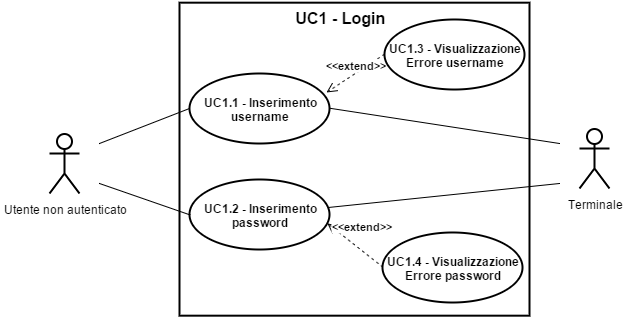
The draw.io diagram img/UseCases/UC1.png in ScalateKids/Actorbase-Documents, before a commit. Source tidied: cells renumbered, new cells last; positions are measured from the earlier drawing's top-left corner, leaving out a move shared by most shapes. Its diagram source:
```xml
<mxGraphModel background="#ffffff">
  <root>
    <mxCell id="0" />
    <mxCell id="1" parent="0" />
    <mxCell id="2" value="Utente non autenticato" style="shape=umlActor;verticalLabelPosition=bottom;labelBackgroundColor=#ffffff;verticalAlign=top;html=1;shadow=0;glass=0;strokeWidth=2;fillColor=#FFFFFF;" parent="1" vertex="1">
      <mxGeometry y="131" width="30" height="60" as="geometry" />
    </mxCell>
    <mxCell id="3" value="&lt;b&gt;UC1.1 - Inserimento username&lt;/b&gt;" style="ellipse;whiteSpace=wrap;html=1;shadow=0;glass=0;strokeWidth=2;fillColor=#FFFFFF;" parent="1" vertex="1">
      <mxGeometry x="140" y="71" width="140" height="70" as="geometry" />
    </mxCell>
    <mxCell id="4" value="&lt;b&gt;UC1.2 - Inserimento password&lt;/b&gt;" style="ellipse;whiteSpace=wrap;html=1;shadow=0;glass=0;strokeWidth=2;fillColor=#FFFFFF;" parent="1" vertex="1">
      <mxGeometry x="140" y="177" width="140" height="70" as="geometry" />
    </mxCell>
    <mxCell id="5" style="endArrow=none;html=1;" parent="1" edge="1">
      <mxGeometry x="562" y="81" as="geometry">
        <mxPoint x="50" y="141" as="sourcePoint" />
        <mxPoint x="140" y="106" as="targetPoint" />
      </mxGeometry>
    </mxCell>
    <mxCell id="6" style="endArrow=none;html=1;entryX=0;entryY=0.5;" parent="1" edge="1" target="4">
      <mxGeometry x="562" y="156" as="geometry">
        <mxPoint x="50" y="181" as="sourcePoint" />
      </mxGeometry>
    </mxCell>
    <mxCell id="7" value="&lt;b&gt;&amp;lt;&amp;lt;extend&amp;gt;&amp;gt;&lt;/b&gt;" style="html=1;verticalAlign=bottom;endArrow=open;dashed=1;endSize=8;entryX=0.982;entryY=0.629;entryPerimeter=0;exitX=0;exitY=0.5;" parent="1" edge="1" source="8" target="4">
      <mxGeometry x="789.9" y="195.9" as="geometry" />
    </mxCell>
    <mxCell id="8" value="&lt;b&gt;UC1.4 - Visualizzazione Errore password&lt;/b&gt;" style="ellipse;whiteSpace=wrap;html=1;shadow=0;glass=0;strokeWidth=2;fillColor=#FFFFFF;" parent="1" vertex="1">
      <mxGeometry x="333" y="230" width="140" height="70" as="geometry" />
    </mxCell>
    <mxCell id="9" value="&lt;b&gt;&amp;lt;&amp;lt;extend&amp;gt;&amp;gt;&lt;/b&gt;" style="html=1;verticalAlign=bottom;endArrow=open;dashed=1;endSize=8;exitX=0;exitY=0.5;" parent="1" edge="1" source="10">
      <mxGeometry x="782.5" y="72" as="geometry">
        <mxPoint x="277" y="90" as="targetPoint" />
      </mxGeometry>
    </mxCell>
    <mxCell id="10" value="&lt;b&gt;UC1.3 - Visualizzazione Errore username&lt;/b&gt;" style="ellipse;whiteSpace=wrap;html=1;shadow=0;glass=0;strokeWidth=2;fillColor=#FFFFFF;" parent="1" vertex="1">
      <mxGeometry x="335" y="17" width="140" height="70" as="geometry" />
    </mxCell>
    <mxCell id="11" style="html=1;shadow=0;glass=0;strokeWidth=2;fillColor=none;" parent="1" vertex="1">
      <mxGeometry x="130" y="0.2" width="350" height="313" as="geometry" />
    </mxCell>
    <mxCell id="12" value="&lt;font style=&quot;font-size: 16px&quot;&gt;&lt;b&gt;UC1 - Login&lt;/b&gt;&lt;/font&gt;" style="text;html=1;strokeColor=none;fillColor=none;align=center;verticalAlign=middle;overflow=hidden;shadow=0;glass=0;" parent="1" vertex="1">
      <mxGeometry x="238" width="106" height="28" as="geometry" />
    </mxCell>
    <mxCell id="13" value="Terminale" style="shape=umlActor;verticalLabelPosition=bottom;labelBackgroundColor=#ffffff;verticalAlign=top;html=1;shadow=0;glass=0;strokeWidth=2;fillColor=none;" parent="1" vertex="1">
      <mxGeometry x="530" y="126" width="30" height="60" as="geometry" />
    </mxCell>
    <mxCell id="14" style="endArrow=none;html=1;strokeWidth=1;exitX=1;exitY=0.5;" parent="1" edge="1" source="3">
      <mxGeometry x="791.6" y="80.6" as="geometry">
        <mxPoint x="510" y="141" as="targetPoint" />
      </mxGeometry>
    </mxCell>
    <mxCell id="15" style="endArrow=none;html=1;strokeWidth=1;" parent="1" edge="1" source="4">
      <mxGeometry x="790.6" y="156" as="geometry">
        <mxPoint x="510" y="181" as="targetPoint" />
      </mxGeometry>
    </mxCell>
  </root>
</mxGraphModel>
```
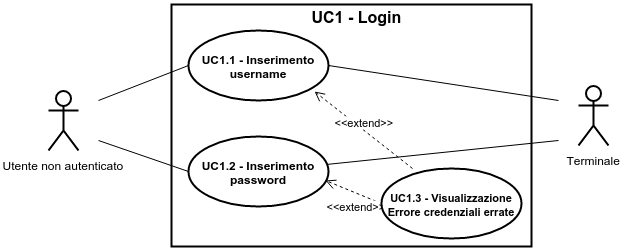
The same file after the commit.

Diff of the diagram source:
```diff
@@ -22,38 +22,36 @@
         <mxPoint x="50" y="181" as="sourcePoint" />
       </mxGeometry>
     </mxCell>
-    <mxCell id="7" value="&lt;b&gt;&amp;lt;&amp;lt;extend&amp;gt;&amp;gt;&lt;/b&gt;" style="html=1;verticalAlign=bottom;endArrow=open;dashed=1;endSize=8;entryX=0.982;entryY=0.629;entryPerimeter=0;exitX=0;exitY=0.5;" parent="1" edge="1" source="8" target="4">
-      <mxGeometry x="789.9" y="195.9" as="geometry" />
+    <mxCell id="7" value="&amp;lt;&amp;lt;extend&amp;gt;&amp;gt;" style="html=1;verticalAlign=bottom;endArrow=open;dashed=1;endSize=8;entryX=0.982;entryY=0.629;entryPerimeter=0;exitX=0;exitY=0.5;" parent="1" edge="1" source="8" target="4">
+      <mxGeometry x="789" y="196" as="geometry" />
     </mxCell>
-    <mxCell id="8" value="&lt;b&gt;UC1.4 - Visualizzazione Errore password&lt;/b&gt;" style="ellipse;whiteSpace=wrap;html=1;shadow=0;glass=0;strokeWidth=2;fillColor=#FFFFFF;" parent="1" vertex="1">
-      <mxGeometry x="333" y="230" width="140" height="70" as="geometry" />
+    <mxCell id="8" value="&lt;b&gt;&lt;font style=&quot;font-size: 11px&quot;&gt;UC1.3 - Visualizzazione Errore credenziali errate&lt;/font&gt;&lt;/b&gt;" style="ellipse;whiteSpace=wrap;html=1;shadow=0;glass=0;strokeWidth=2;fillColor=#FFFFFF;" parent="1" vertex="1">
+      <mxGeometry x="333" y="209" width="140" height="70" as="geometry" />
     </mxCell>
-    <mxCell id="9" value="&lt;b&gt;&amp;lt;&amp;lt;extend&amp;gt;&amp;gt;&lt;/b&gt;" style="html=1;verticalAlign=bottom;endArrow=open;dashed=1;endSize=8;exitX=0;exitY=0.5;" parent="1" edge="1" source="10">
-      <mxGeometry x="782.5" y="72" as="geometry">
-        <mxPoint x="277" y="90" as="targetPoint" />
-      </mxGeometry>
+    <mxCell id="9" value="&amp;lt;&amp;lt;extend&amp;gt;&amp;gt;" style="html=1;verticalAlign=bottom;endArrow=open;dashed=1;endSize=8;exitX=0.221;exitY=-0.005;exitPerimeter=0;entryX=0.9;entryY=0.871;entryPerimeter=0;" parent="1" edge="1" source="8" target="3">
+      <mxGeometry x="782.5" y="72" as="geometry" />
     </mxCell>
-    <mxCell id="10" value="&lt;b&gt;UC1.3 - Visualizzazione Errore username&lt;/b&gt;" style="ellipse;whiteSpace=wrap;html=1;shadow=0;glass=0;strokeWidth=2;fillColor=#FFFFFF;" parent="1" vertex="1">
-      <mxGeometry x="335" y="17" width="140" height="70" as="geometry" />
+    <mxCell id="10" style="html=1;shadow=0;glass=0;strokeWidth=2;fillColor=none;" parent="1" vertex="1">
+      <mxGeometry x="123" y="45" width="360" height="242" as="geometry" />
     </mxCell>
-    <mxCell id="11" style="html=1;shadow=0;glass=0;strokeWidth=2;fillColor=none;" parent="1" vertex="1">
-      <mxGeometry x="130" y="0.2" width="350" height="313" as="geometry" />
+    <mxCell id="11" value="&lt;font style=&quot;font-size: 16px&quot;&gt;&lt;b&gt;UC1 - Login&lt;/b&gt;&lt;/font&gt;" style="text;html=1;strokeColor=none;fillColor=none;align=center;verticalAlign=middle;overflow=hidden;shadow=0;glass=0;" parent="1" vertex="1">
+      <mxGeometry x="255" y="42" width="106" height="28" as="geometry" />
     </mxCell>
-    <mxCell id="12" value="&lt;font style=&quot;font-size: 16px&quot;&gt;&lt;b&gt;UC1 - Login&lt;/b&gt;&lt;/font&gt;" style="text;html=1;strokeColor=none;fillColor=none;align=center;verticalAlign=middle;overflow=hidden;shadow=0;glass=0;" parent="1" vertex="1">
-      <mxGeometry x="238" width="106" height="28" as="geometry" />
+    <mxCell id="12" value="Terminale" style="shape=umlActor;verticalLabelPosition=bottom;labelBackgroundColor=#ffffff;verticalAlign=top;html=1;shadow=0;glass=0;strokeWidth=2;fillColor=none;" parent="1" vertex="1">
+      <mxGeometry x="530" y="126" width="30" height="60" as="geometry" />
     </mxCell>
-    <mxCell id="13" value="Terminale" style="shape=umlActor;verticalLabelPosition=bottom;labelBackgroundColor=#ffffff;verticalAlign=top;html=1;shadow=0;glass=0;strokeWidth=2;fillColor=none;" parent="1" vertex="1">
-      <mxGeometry x="530" y="126" width="30" height="60" as="geometry" />
+    <mxCell id="13" style="endArrow=none;html=1;strokeWidth=1;exitX=1;exitY=0.5;" parent="1" edge="1" source="3">
+      <mxGeometry x="792" y="81" as="geometry">
+        <mxPoint x="510" y="141" as="targetPoint" />
+      </mxGeometry>
     </mxCell>
-    <mxCell id="14" style="endArrow=none;html=1;strokeWidth=1;exitX=1;exitY=0.5;" parent="1" edge="1" source="3">
-      <mxGeometry x="791.6" y="80.6" as="geometry">
-        <mxPoint x="510" y="141" as="targetPoint" />
+    <mxCell id="14" style="endArrow=none;html=1;strokeWidth=1;" parent="1" edge="1" source="4">
+      <mxGeometry x="790.6" y="156" as="geometry">
+        <mxPoint x="510" y="181" as="targetPoint" />
       </mxGeometry>
     </mxCell>
-    <mxCell id="15" style="endArrow=none;html=1;strokeWidth=1;" parent="1" edge="1" source="4">
-      <mxGeometry x="790.6" y="156" as="geometry">
-        <mxPoint x="510" y="181" as="targetPoint" />
-      </mxGeometry>
+    <mxCell id="15" style="edgeStyle=none;rounded=0;html=1;exitX=0.5;exitY=1;entryX=0.5;entryY=1;startArrow=block;startFill=0;endArrow=block;endFill=0;jettySize=auto;orthogonalLoop=1;" parent="1" edge="1" source="11" target="11">
+      <mxGeometry x="820" y="45" as="geometry" />
     </mxCell>
   </root>
 </mxGraphModel>
```
